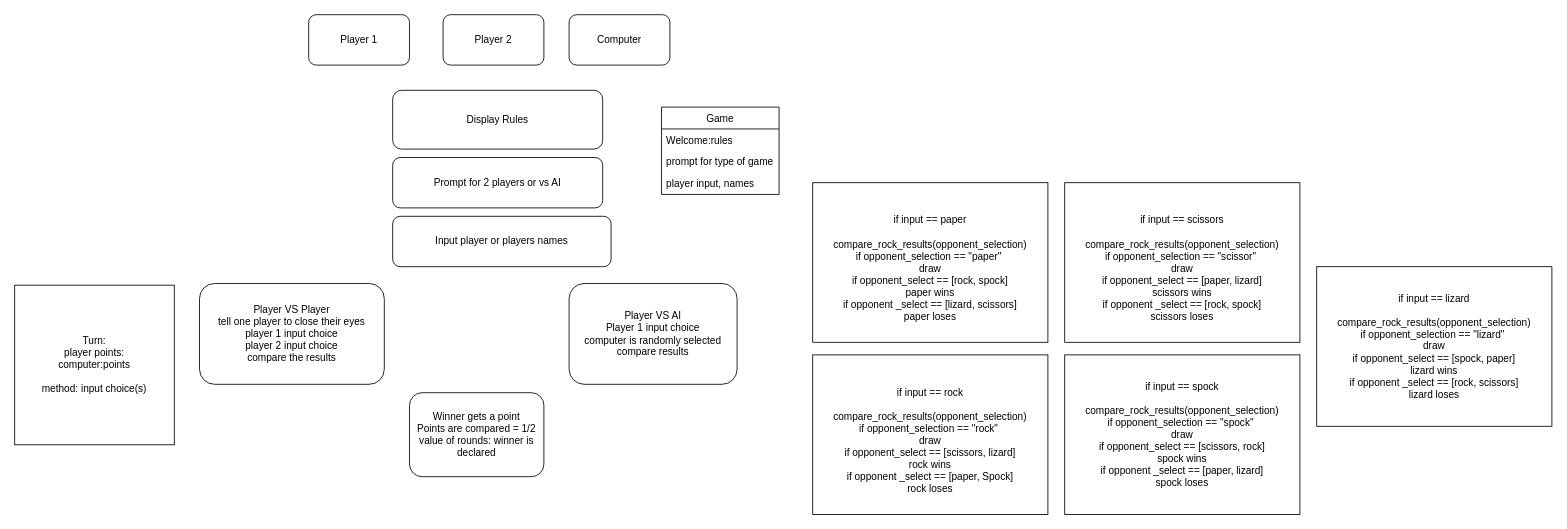
Before: RPSLP.drawio in Atucker91/RPSLS, a draw.io diagram. Source tidied: cells renumbered, new cells numbered last; positions are measured from the earlier drawing's top-left corner, leaving out a move shared by most shapes. Both pictures are drawn from the tidied source at 84%, with x=0, y=0 at pixel (14, 14).
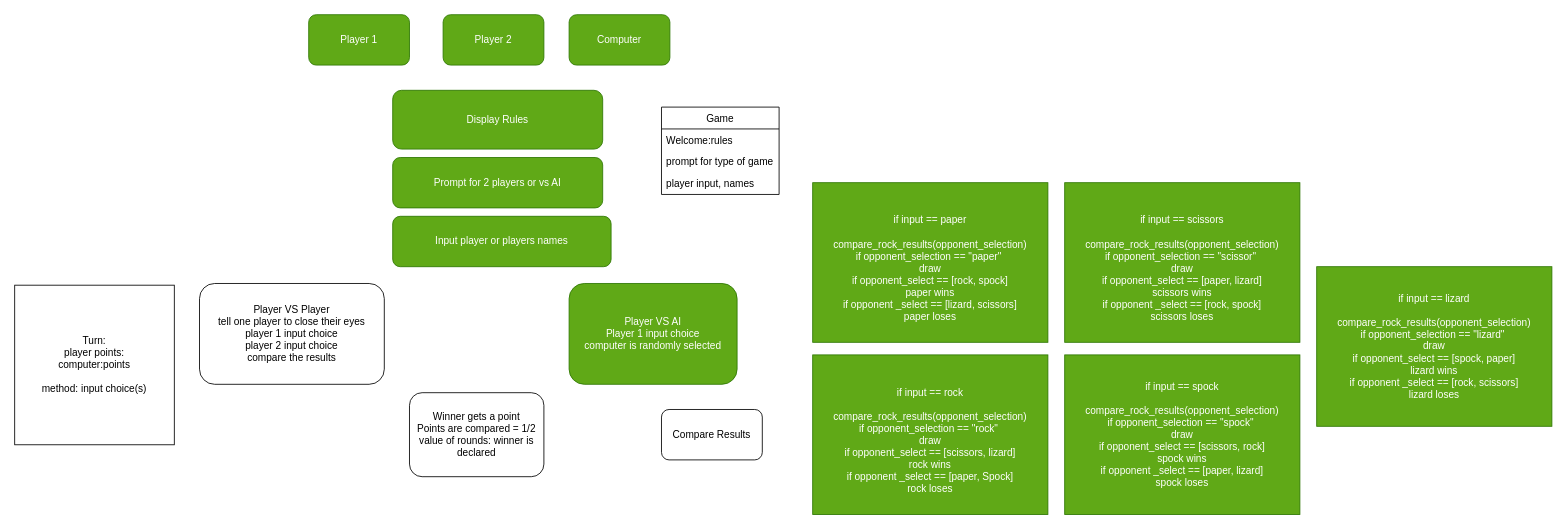
After the change.

Commit message (it also covers changes not shown here):
flavor text, editing text syntax, adding player names

The edit, as a diff of the source:
```diff
@@
-    <mxCell id="2" value="Player 1" style="rounded=1;whiteSpace=wrap;html=1;" parent="1" vertex="1">
+    <mxCell id="2" value="Player 1" style="rounded=1;whiteSpace=wrap;html=1;fillColor=#60a917;strokeColor=#2D7600;fontColor=#ffffff;" parent="1" vertex="1">
       <mxGeometry x="350" width="120" height="60" as="geometry" />
     </mxCell>
-    <mxCell id="3" value="Player 2" style="rounded=1;whiteSpace=wrap;html=1;" parent="1" vertex="1">
+    <mxCell id="3" value="Player 2" style="rounded=1;whiteSpace=wrap;html=1;fillColor=#60a917;strokeColor=#2D7600;fontColor=#ffffff;" parent="1" vertex="1">
       <mxGeometry x="510" width="120" height="60" as="geometry" />
     </mxCell>
-    <mxCell id="4" value="Computer" style="rounded=1;whiteSpace=wrap;html=1;" parent="1" vertex="1">
+    <mxCell id="4" value="Computer" style="rounded=1;whiteSpace=wrap;html=1;fillColor=#60a917;strokeColor=#2D7600;fontColor=#ffffff;" parent="1" vertex="1">
       <mxGeometry x="660" width="120" height="60" as="geometry" />
     </mxCell>
-    <mxCell id="5" value="Display Rules" style="rounded=1;whiteSpace=wrap;html=1;" parent="1" vertex="1">
+    <mxCell id="5" value="Display Rules" style="rounded=1;whiteSpace=wrap;html=1;fillColor=#60a917;strokeColor=#2D7600;fontColor=#ffffff;" parent="1" vertex="1">
       <mxGeometry x="450" y="90" width="250" height="70" as="geometry" />
     </mxCell>
-    <mxCell id="6" value="Prompt for 2 players or vs AI" style="rounded=1;whiteSpace=wrap;html=1;" parent="1" vertex="1">
+    <mxCell id="6" value="Prompt for 2 players or vs AI" style="rounded=1;whiteSpace=wrap;html=1;fillColor=#60a917;strokeColor=#2D7600;fontColor=#ffffff;" parent="1" vertex="1">
       <mxGeometry x="450" y="170" width="250" height="60" as="geometry" />
     </mxCell>
-    <mxCell id="7" value="Input player or players names" style="rounded=1;whiteSpace=wrap;html=1;" parent="1" vertex="1">
+    <mxCell id="7" value="Input player or players names" style="rounded=1;whiteSpace=wrap;html=1;fillColor=#60a917;strokeColor=#2D7600;fontColor=#ffffff;" parent="1" vertex="1">
       <mxGeometry x="450" y="240" width="260" height="60" as="geometry" />
     </mxCell>
@@
-    <mxCell id="9" value="Player VS AI&lt;br&gt;Player 1 input choice&lt;br&gt;computer is randomly selected&lt;br&gt;compare results" style="rounded=1;whiteSpace=wrap;html=1;" parent="1" vertex="1">
+    <mxCell id="9" value="Player VS AI&lt;br&gt;Player 1 input choice&lt;br&gt;computer is randomly selected&lt;br&gt;" style="rounded=1;whiteSpace=wrap;html=1;fillColor=#60a917;strokeColor=#2D7600;fontColor=#ffffff;" parent="1" vertex="1">
       <mxGeometry x="660" y="320" width="200" height="120" as="geometry" />
     </mxCell>
@@
-    <mxCell id="15" value="&lt;br&gt;if input == rock&lt;br&gt;&lt;br&gt;compare_rock_results(opponent_selection)&lt;br&gt;if opponent_selection == &quot;rock&quot;&amp;nbsp;&lt;br&gt;draw&lt;br&gt;if opponent_select == [scissors, lizard]&lt;br&gt;rock wins&lt;br&gt;if opponent _select == [paper, Spock]&lt;br&gt;rock loses" style="rounded=0;whiteSpace=wrap;html=1;" parent="1" vertex="1">
+    <mxCell id="15" value="&lt;br&gt;if input == rock&lt;br&gt;&lt;br&gt;compare_rock_results(opponent_selection)&lt;br&gt;if opponent_selection == &quot;rock&quot;&amp;nbsp;&lt;br&gt;draw&lt;br&gt;if opponent_select == [scissors, lizard]&lt;br&gt;rock wins&lt;br&gt;if opponent _select == [paper, Spock]&lt;br&gt;rock loses" style="rounded=0;whiteSpace=wrap;html=1;fillColor=#60a917;strokeColor=#2D7600;fontColor=#ffffff;" parent="1" vertex="1">
       <mxGeometry x="950" y="405" width="280" height="190" as="geometry" />
     </mxCell>
@@
-    <mxCell id="17" value="&lt;br&gt;if input == paper&lt;br&gt;&lt;br&gt;compare_rock_results(opponent_selection)&lt;br&gt;if opponent_selection == &quot;paper&quot;&amp;nbsp;&lt;br&gt;draw&lt;br&gt;if opponent_select == [rock, spock]&lt;br&gt;paper wins&lt;br&gt;if opponent _select == [lizard, scissors]&lt;br&gt;paper loses" style="rounded=0;whiteSpace=wrap;html=1;" parent="1" vertex="1">
+    <mxCell id="17" value="&lt;br&gt;if input == paper&lt;br&gt;&lt;br&gt;compare_rock_results(opponent_selection)&lt;br&gt;if opponent_selection == &quot;paper&quot;&amp;nbsp;&lt;br&gt;draw&lt;br&gt;if opponent_select == [rock, spock]&lt;br&gt;paper wins&lt;br&gt;if opponent _select == [lizard, scissors]&lt;br&gt;paper loses" style="rounded=0;whiteSpace=wrap;html=1;fillColor=#60a917;strokeColor=#2D7600;fontColor=#ffffff;" parent="1" vertex="1">
       <mxGeometry x="950" y="200" width="280" height="190" as="geometry" />
     </mxCell>
-    <mxCell id="18" value="&lt;br&gt;if input == scissors&lt;br&gt;&lt;br&gt;compare_rock_results(opponent_selection)&lt;br&gt;if opponent_selection == &quot;scissor&quot;&amp;nbsp;&lt;br&gt;draw&lt;br&gt;if opponent_select == [paper, lizard]&lt;br&gt;scissors wins&lt;br&gt;if opponent _select == [rock, spock]&lt;br&gt;scissors loses" style="rounded=0;whiteSpace=wrap;html=1;" parent="1" vertex="1">
+    <mxCell id="18" value="&lt;br&gt;if input == scissors&lt;br&gt;&lt;br&gt;compare_rock_results(opponent_selection)&lt;br&gt;if opponent_selection == &quot;scissor&quot;&amp;nbsp;&lt;br&gt;draw&lt;br&gt;if opponent_select == [paper, lizard]&lt;br&gt;scissors wins&lt;br&gt;if opponent _select == [rock, spock]&lt;br&gt;scissors loses" style="rounded=0;whiteSpace=wrap;html=1;fillColor=#60a917;strokeColor=#2D7600;fontColor=#ffffff;" parent="1" vertex="1">
       <mxGeometry x="1250" y="200" width="280" height="190" as="geometry" />
     </mxCell>
-    <mxCell id="19" value="if input == spock&lt;br&gt;&lt;br&gt;compare_rock_results(opponent_selection)&lt;br&gt;if opponent_selection == &quot;spock&quot;&amp;nbsp;&lt;br&gt;draw&lt;br&gt;if opponent_select == [scissors, rock]&lt;br&gt;spock wins&lt;br&gt;if opponent _select == [paper, lizard]&lt;br&gt;spock loses" style="rounded=0;whiteSpace=wrap;html=1;" parent="1" vertex="1">
+    <mxCell id="19" value="if input == spock&lt;br&gt;&lt;br&gt;compare_rock_results(opponent_selection)&lt;br&gt;if opponent_selection == &quot;spock&quot;&amp;nbsp;&lt;br&gt;draw&lt;br&gt;if opponent_select == [scissors, rock]&lt;br&gt;spock wins&lt;br&gt;if opponent _select == [paper, lizard]&lt;br&gt;spock loses" style="rounded=0;whiteSpace=wrap;html=1;fillColor=#60a917;strokeColor=#2D7600;fontColor=#ffffff;" parent="1" vertex="1">
       <mxGeometry x="1250" y="405" width="280" height="190" as="geometry" />
     </mxCell>
-    <mxCell id="20" value="if input == lizard&lt;br&gt;&lt;br&gt;compare_rock_results(opponent_selection)&lt;br&gt;if opponent_selection == &quot;lizard&quot;&amp;nbsp;&lt;br&gt;draw&lt;br&gt;if opponent_select == [spock, paper]&lt;br&gt;lizard wins&lt;br&gt;if opponent _select == [rock, scissors]&lt;br&gt;lizard loses" style="rounded=0;whiteSpace=wrap;html=1;" parent="1" vertex="1">
+    <mxCell id="20" value="if input == lizard&lt;br&gt;&lt;br&gt;compare_rock_results(opponent_selection)&lt;br&gt;if opponent_selection == &quot;lizard&quot;&amp;nbsp;&lt;br&gt;draw&lt;br&gt;if opponent_select == [spock, paper]&lt;br&gt;lizard wins&lt;br&gt;if opponent _select == [rock, scissors]&lt;br&gt;lizard loses" style="rounded=0;whiteSpace=wrap;html=1;fillColor=#60a917;strokeColor=#2D7600;fontColor=#ffffff;" parent="1" vertex="1">
       <mxGeometry x="1550" y="300" width="280" height="190" as="geometry" />
     </mxCell>
+    <mxCell id="21" value="Compare Results" style="rounded=1;whiteSpace=wrap;html=1;" parent="1" vertex="1">
+      <mxGeometry x="770" y="470" width="120" height="60" as="geometry" />
+    </mxCell>
```
